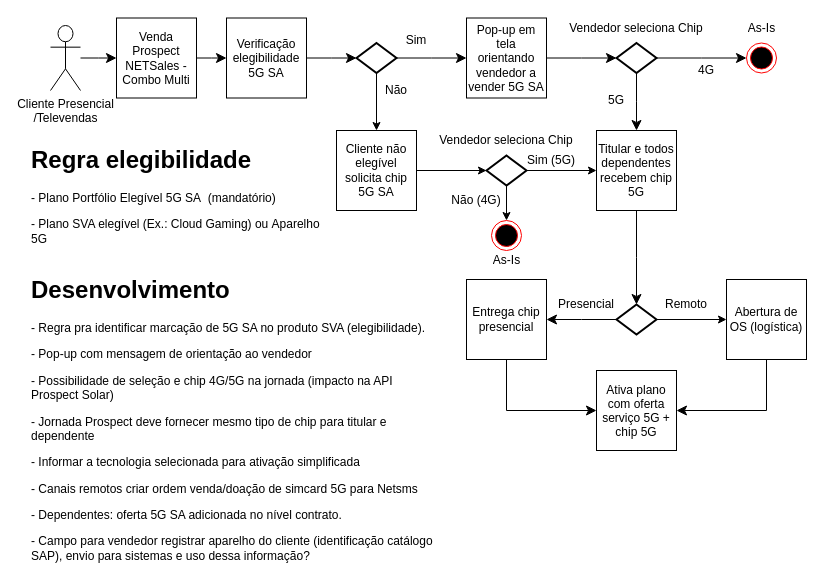
Before: page "Prospect NETSales" (1 of 2) of 5GSA.drawio in samirali/ClaroBrasil, a draw.io diagram. Source tidied: cells renumbered, new cells numbered last; positions are measured from the earlier drawing's top-left corner, leaving out a move shared by most shapes. Both pictures are drawn from the tidied source at 100%, with x=0, y=0 at pixel (26, 18).
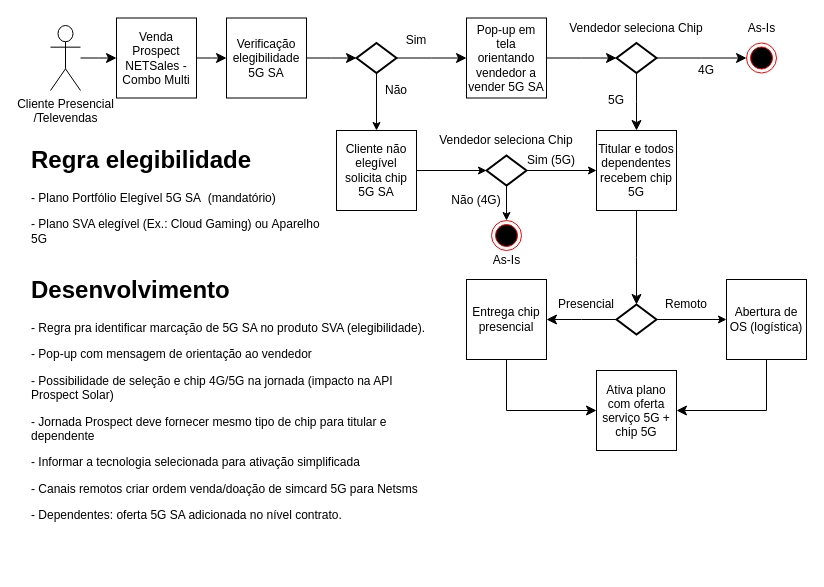
The same page after the edit.

What changed in the source:
```diff
@@
-    <mxCell id="45" value="&lt;h1&gt;Desenvolvimento&lt;/h1&gt;&lt;p&gt;- Regra pra identificar marcação de 5G SA no produto SVA (elegibilidade).&lt;/p&gt;&lt;p&gt;- Pop-up com mensagem de orientação ao vendedor&lt;/p&gt;&lt;p&gt;- Possibilidade de seleção e chip 4G/5G na jornada (impacto na API Prospect Solar)&lt;/p&gt;&lt;p&gt;- Jornada Prospect deve fornecer mesmo tipo de chip para titular e dependente&lt;/p&gt;&lt;p&gt;- Informar a tecnologia selecionada para ativação simplificada&lt;/p&gt;&lt;p&gt;- Canais remotos criar ordem venda/doação de simcard 5G para Netsms&lt;/p&gt;&lt;p&gt;- Dependentes: oferta 5G SA adicionada no nível contrato.&lt;/p&gt;&lt;p&gt;- Campo para vendedor registrar aparelho do cliente (identificação catálogo SAP), envio para sistemas e uso dessa informação?&lt;br&gt;&lt;/p&gt;&lt;p&gt;&lt;br&gt;&lt;/p&gt;&lt;div&gt;&lt;br&gt;&lt;/div&gt;" style="text;html=1;strokeColor=none;fillColor=none;spacing=5;spacingTop=-20;whiteSpace=wrap;overflow=hidden;rounded=0;" parent="1" vertex="1">
-      <mxGeometry y="252" width="410" height="300" as="geometry" />
+    <mxCell id="45" value="&lt;h1&gt;Desenvolvimento&lt;/h1&gt;&lt;p&gt;- Regra pra identificar marcação de 5G SA no produto SVA (elegibilidade).&lt;/p&gt;&lt;p&gt;- Pop-up com mensagem de orientação ao vendedor&lt;/p&gt;&lt;p&gt;- Possibilidade de seleção e chip 4G/5G na jornada (impacto na API Prospect Solar)&lt;/p&gt;&lt;p&gt;- Jornada Prospect deve fornecer mesmo tipo de chip para titular e dependente&lt;/p&gt;&lt;p&gt;- Informar a tecnologia selecionada para ativação simplificada&lt;/p&gt;&lt;p&gt;- Canais remotos criar ordem venda/doação de simcard 5G para Netsms&lt;/p&gt;&lt;p&gt;- Dependentes: oferta 5G SA adicionada no nível contrato.&lt;/p&gt;&lt;p&gt;&lt;br&gt;&lt;/p&gt;&lt;div&gt;&lt;br&gt;&lt;/div&gt;" style="text;html=1;strokeColor=none;fillColor=none;spacing=5;spacingTop=-20;whiteSpace=wrap;overflow=hidden;rounded=0;" parent="1" vertex="1">
+      <mxGeometry y="252" width="410" height="260" as="geometry" />
     </mxCell>
```
